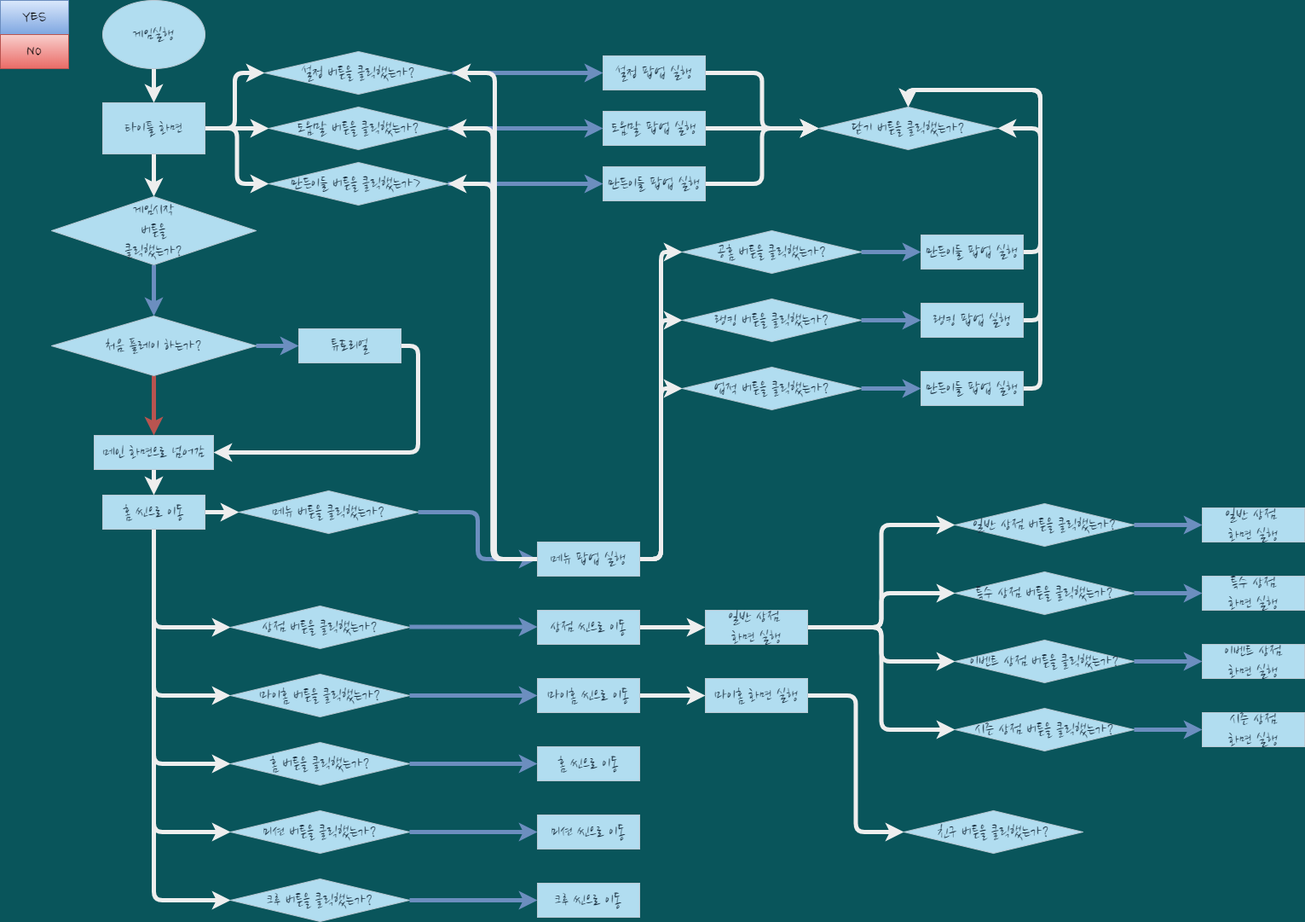
This is gameplay_flowchat.drawio.png from kinesis19/stac_project_SME, a draw.io export, as it was before one commit. Source tidied: cells renumbered, new cells last; positions are measured from the earlier drawing's top-left corner, leaving out a move shared by most shapes.
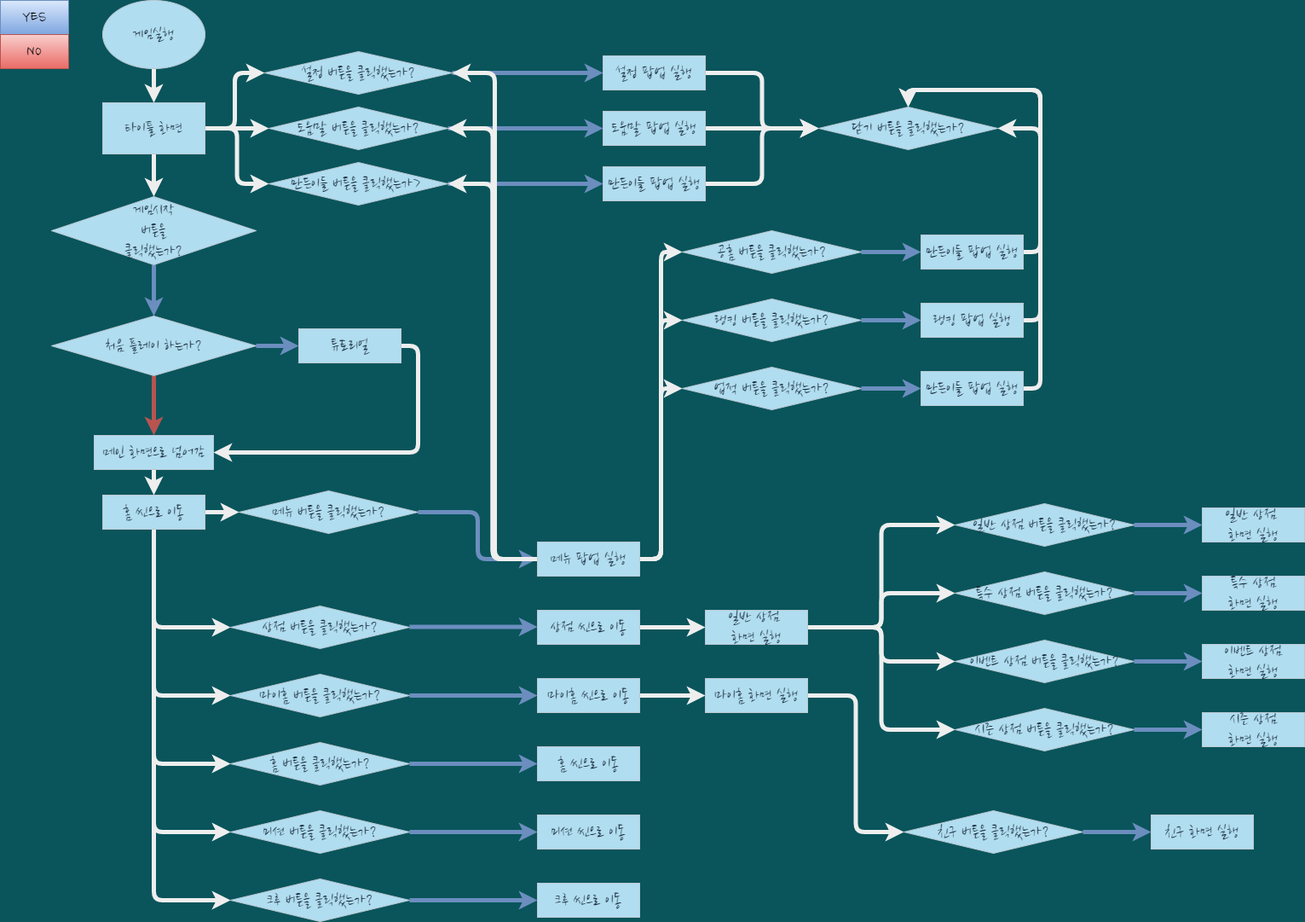
The same file after the commit.

Change to the diagram source:
```diff
@@ -313,5 +313,13 @@
     <mxCell id="97" value="친구 버튼을 클릭했는가?" style="rhombus;whiteSpace=wrap;html=1;rounded=0;sketch=0;fontFamily=Nanum Brush Script;fontSource=https%3A%2F%2Ffonts.googleapis.com%2Fcss%3Ffamily%3DNanum%2BBrush%2BScript;fontSize=20;fillColor=#B1DDF0;strokeColor=#BAC8D3;fontColor=#182E3E;" parent="1" vertex="1">
       <mxGeometry x="1060" y="950" width="210" height="50" as="geometry" />
     </mxCell>
+    <mxCell id="98" style="edgeStyle=orthogonalEdgeStyle;curved=0;rounded=1;sketch=0;jettySize=auto;html=1;exitX=1;exitY=0.5;exitDx=0;exitDy=0;entryX=0;entryY=0.5;entryDx=0;entryDy=0;fontColor=#FFFFFF;strokeColor=#6c8ebf;strokeWidth=5;fillColor=#dae8fc;gradientColor=#7ea6e0;" parent="1" edge="1" target="99">
+      <mxGeometry relative="1" as="geometry">
+        <mxPoint x="1270" y="975" as="sourcePoint" />
+      </mxGeometry>
+    </mxCell>
+    <mxCell id="99" value="친구 화면 실행" style="rounded=0;whiteSpace=wrap;html=1;sketch=0;fontFamily=Nanum Brush Script;fontSource=https%3A%2F%2Ffonts.googleapis.com%2Fcss%3Ffamily%3DNanum%2BBrush%2BScript;fontSize=20;fillColor=#B1DDF0;strokeColor=#BAC8D3;fontColor=#182E3E;" parent="1" vertex="1">
+      <mxGeometry x="1350" y="955" width="120" height="40" as="geometry" />
+    </mxCell>
   </root>
 </mxGraphModel>
```
